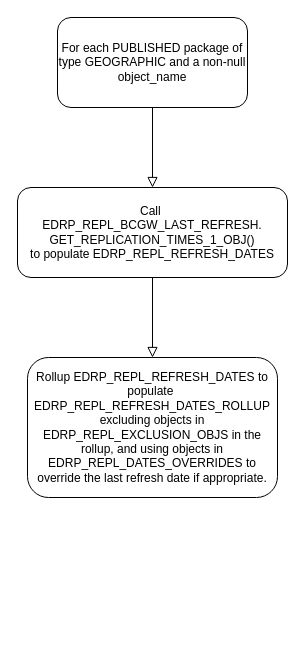
The draw.io diagram Updating Resource.drawio in mdunhamwilkie/bcgw-last-refresh-date, before the edit. Source tidied: cells renumbered, new cells numbered last; positions are measured from the earlier drawing's top-left corner, leaving out a move shared by most shapes. Both pictures are drawn from the tidied source at 100%, with x=0, y=0 at pixel (17, 17).
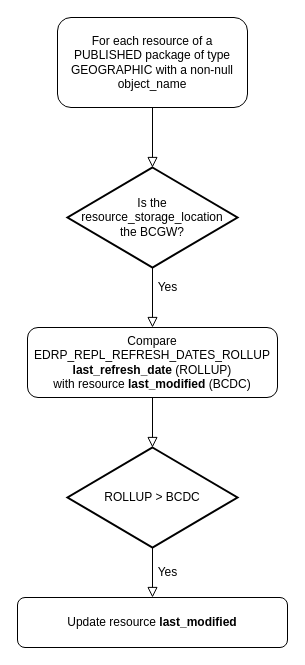
Above is the later version.

Change to the diagram source:
```diff
@@
 <mxGraphModel>
   <root>
     <mxCell id="0" />
     <mxCell id="1" parent="0" />
-    <mxCell id="2" style="rounded=0;html=1;jettySize=auto;fontSize=11;endArrow=block;endFill=0;endSize=8;strokeWidth=1;shadow=0;labelBackgroundColor=none;edgeStyle=orthogonalEdgeStyle;entryX=0.5;entryY=0;entryDx=0;entryDy=0;" parent="1" edge="1" source="3" target="6">
-      <mxGeometry relative="1" as="geometry" />
-    </mxCell>
+    <mxCell id="7" style="edgeStyle=orthogonalEdgeStyle;rounded=0;jettySize=auto;html=1;exitX=0.5;exitY=1;exitDx=0;exitDy=0;entryX=0.5;entryY=0;entryDx=0;entryDy=0;entryPerimeter=0;endArrow=block;endFill=0;endSize=8;" parent="1" edge="1" source="3" target="10">
+      <mxGeometry relative="1" as="geometry" />
+    </mxCell>
-    <mxCell id="3" value="For each PUBLISHED package of type GEOGRAPHIC and a non-null object_name" style="rounded=1;whiteSpace=wrap;html=1;fontSize=12;glass=0;strokeWidth=1;shadow=0;" parent="1" vertex="1">
+    <mxCell id="3" value="For each resource of a PUBLISHED package of type GEOGRAPHIC with a non-null object_name" style="rounded=1;whiteSpace=wrap;html=1;fontSize=12;glass=0;strokeWidth=1;shadow=0;" parent="1" vertex="1">
       <mxGeometry x="40" width="190" height="90" as="geometry" />
     </mxCell>
+    <mxCell id="8" style="edgeStyle=orthogonalEdgeStyle;rounded=0;jettySize=auto;html=1;exitX=0.5;exitY=1;exitDx=0;exitDy=0;entryX=0.5;entryY=0;entryDx=0;entryDy=0;entryPerimeter=0;endArrow=block;endFill=0;endSize=8;" parent="1" edge="1" source="4" target="12">
+      <mxGeometry relative="1" as="geometry" />
+    </mxCell>
-    <mxCell id="4" value="Rollup EDRP_REPL_REFRESH_DATES to populate&amp;nbsp;&lt;br&gt;EDRP_REPL_REFRESH_DATES_ROLLUP&lt;br&gt;excluding objects in EDRP_REPL_EXCLUSION_OBJS in the rollup, and using objects in EDRP_REPL_DATES_OVERRIDES to override the last refresh date if appropriate." style="rounded=1;whiteSpace=wrap;html=1;fontSize=12;glass=0;strokeWidth=1;shadow=0;" parent="1" vertex="1">
-      <mxGeometry x="10" y="340" width="250" height="140" as="geometry" />
+    <mxCell id="4" value="Compare&lt;br&gt;EDRP_REPL_REFRESH_DATES_ROLLUP&lt;br&gt;&lt;b&gt;last_refresh_date &lt;/b&gt;(ROLLUP)&lt;br&gt;with resource &lt;b&gt;last_modified&lt;/b&gt; (BCDC)" style="rounded=1;whiteSpace=wrap;html=1;fontSize=12;glass=0;strokeWidth=1;shadow=0;" parent="1" vertex="1">
+      <mxGeometry x="10" y="310" width="250" height="70" as="geometry" />
     </mxCell>
-    <mxCell id="5" style="edgeStyle=orthogonalEdgeStyle;rounded=0;jettySize=auto;html=1;exitX=0.5;exitY=1;exitDx=0;exitDy=0;entryX=0.5;entryY=0;entryDx=0;entryDy=0;endArrow=block;endFill=0;endSize=8;" parent="1" edge="1" source="6" target="4">
-      <mxGeometry relative="1" as="geometry" />
-    </mxCell>
-    <mxCell id="6" value="Call&amp;nbsp;&lt;br&gt;EDRP_REPL_BCGW_LAST_REFRESH.&lt;br&gt;GET_REPLICATION_TIMES_1_OBJ()&lt;br&gt;to populate EDRP_REPL_REFRESH_DATES&lt;br&gt;" style="rounded=1;whiteSpace=wrap;html=1;fontSize=12;glass=0;strokeWidth=1;shadow=0;" parent="1" vertex="1">
-      <mxGeometry y="170" width="270" height="90" as="geometry" />
+    <mxCell id="6" value="Update resource &lt;b&gt;last_modified&lt;/b&gt;" style="rounded=1;whiteSpace=wrap;html=1;fontSize=12;glass=0;strokeWidth=1;shadow=0;" parent="1" vertex="1">
+      <mxGeometry y="580" width="270" height="50" as="geometry" />
     </mxCell>
+    <mxCell id="9" style="edgeStyle=orthogonalEdgeStyle;rounded=0;jettySize=auto;html=1;exitX=0.5;exitY=1;exitDx=0;exitDy=0;exitPerimeter=0;entryX=0.5;entryY=0;entryDx=0;entryDy=0;endArrow=block;endFill=0;endSize=8;" parent="1" edge="1" source="10" target="4">
+      <mxGeometry relative="1" as="geometry" />
+    </mxCell>
+    <mxCell id="10" value="Is the resource_storage_location &lt;br&gt;the BCGW?" style="strokeWidth=2;html=1;shape=mxgraph.flowchart.decision;whiteSpace=wrap;" parent="1" vertex="1">
+      <mxGeometry x="50" y="150" width="170" height="100" as="geometry" />
+    </mxCell>
+    <mxCell id="11" style="edgeStyle=orthogonalEdgeStyle;rounded=0;jettySize=auto;html=1;exitX=0.5;exitY=1;exitDx=0;exitDy=0;exitPerimeter=0;entryX=0.5;entryY=0;entryDx=0;entryDy=0;endArrow=block;endFill=0;endSize=8;" parent="1" edge="1" source="12" target="6">
+      <mxGeometry relative="1" as="geometry" />
+    </mxCell>
+    <mxCell id="12" value="ROLLUP &amp;gt; BCDC" style="strokeWidth=2;html=1;shape=mxgraph.flowchart.decision;whiteSpace=wrap;" parent="1" vertex="1">
+      <mxGeometry x="50" y="430" width="170" height="100" as="geometry" />
+    </mxCell>
+    <mxCell id="13" value="Yes" style="text;html=1;align=center;verticalAlign=middle;fillColor=none;strokeColor=none;rounded=0;" parent="1" vertex="1">
+      <mxGeometry x="130" y="260" width="40" height="20" as="geometry" />
+    </mxCell>
+    <mxCell id="14" value="Yes" style="text;html=1;align=center;verticalAlign=middle;fillColor=none;strokeColor=none;rounded=0;" parent="1" vertex="1">
+      <mxGeometry x="130" y="545" width="40" height="20" as="geometry" />
+    </mxCell>
   </root>
 </mxGraphModel>
```
